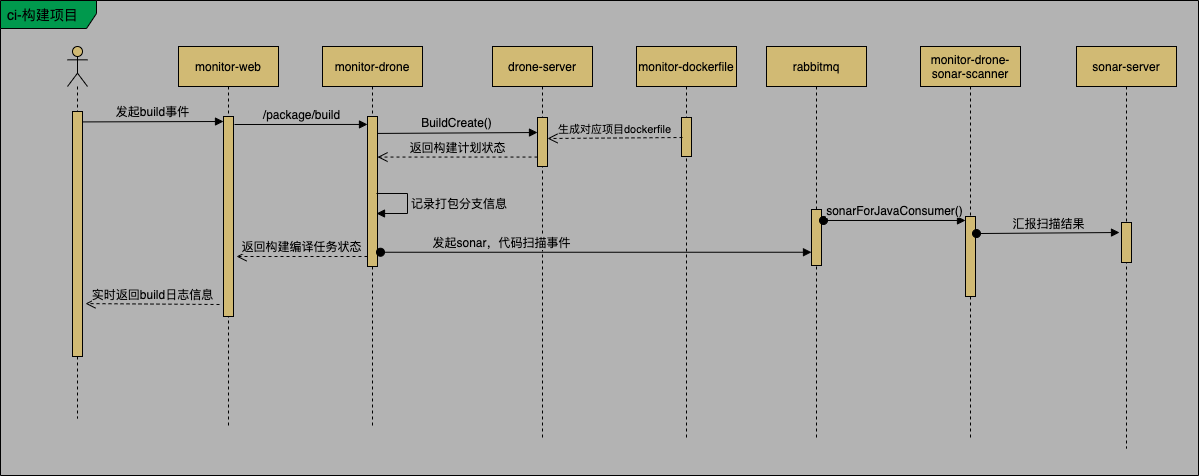
The draw.io diagram devops/diagram/ci.drawio.png in SimpleDays/studyessay, before a commit. Source tidied: cells renumbered, new cells last; positions are measured from the earlier drawing's top-left corner, leaving out a move shared by most shapes.
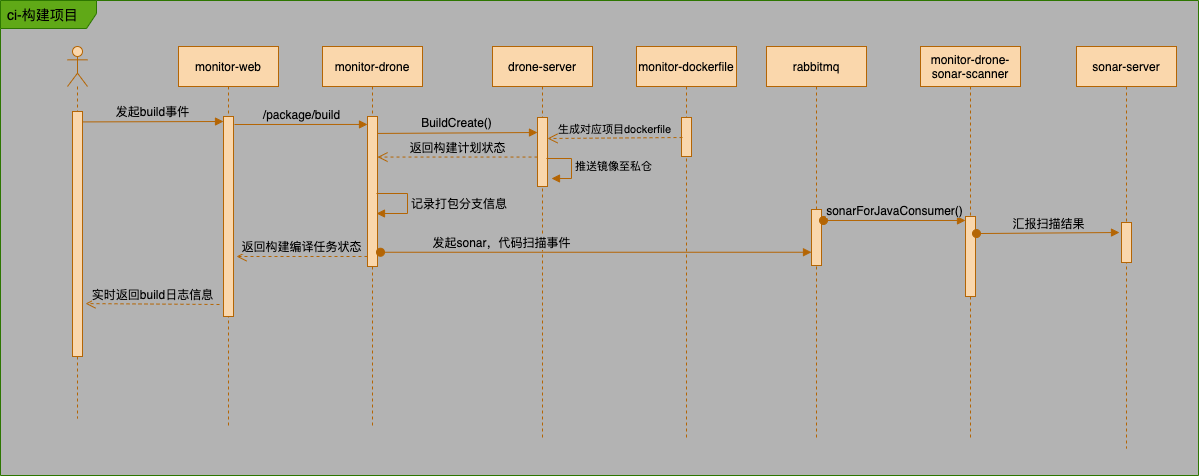
After the change.

Diff of the diagram source:
```diff
@@ -2,22 +2,22 @@
   <root>
     <mxCell id="0" />
     <mxCell id="1" parent="0" />
-    <mxCell id="2" value="&lt;font color=&quot;#000000&quot; style=&quot;font-size: 14px&quot;&gt;ci-构建项目&lt;/font&gt;" style="shape=umlFrame;whiteSpace=wrap;html=1;width=96;height=28;boundedLbl=1;verticalAlign=middle;align=left;spacingLeft=5;shadow=0;strokeColor=#000000;swimlaneFillColor=#B3B3B3;fillColor=#00994D;" parent="1" vertex="1">
+    <mxCell id="2" value="&lt;font color=&quot;#000000&quot; style=&quot;font-size: 14px&quot;&gt;ci-构建项目&lt;/font&gt;" style="shape=umlFrame;whiteSpace=wrap;html=1;width=96;height=28;boundedLbl=1;verticalAlign=middle;align=left;spacingLeft=5;shadow=0;strokeColor=#2D7600;swimlaneFillColor=#B3B3B3;fillColor=#60a917;fontColor=#ffffff;" parent="1" vertex="1">
       <mxGeometry width="1198" height="475" as="geometry" />
     </mxCell>
-    <mxCell id="3" value="&lt;font color=&quot;#000000&quot;&gt;monitor-web&lt;/font&gt;" style="shape=umlLifeline;perimeter=lifelinePerimeter;whiteSpace=wrap;html=1;fillColor=#D1BA74;strokeColor=#000000;" parent="1" vertex="1">
+    <mxCell id="3" value="&lt;font color=&quot;#000000&quot;&gt;monitor-web&lt;/font&gt;" style="shape=umlLifeline;perimeter=lifelinePerimeter;whiteSpace=wrap;html=1;fillColor=#fad7ac;strokeColor=#b46504;" parent="1" vertex="1">
       <mxGeometry x="178" y="46" width="100" height="382" as="geometry" />
     </mxCell>
-    <mxCell id="4" style="html=1;perimeter=orthogonalPerimeter;fillColor=#D1BA74;strokeColor=#000000;" parent="3" vertex="1">
+    <mxCell id="4" style="html=1;perimeter=orthogonalPerimeter;fillColor=#fad7ac;strokeColor=#b46504;" parent="3" vertex="1">
       <mxGeometry x="45" y="70" width="10" height="200" as="geometry" />
     </mxCell>
-    <mxCell id="5" value="&lt;font color=&quot;#000000&quot;&gt;monitor-drone&lt;/font&gt;" style="shape=umlLifeline;perimeter=lifelinePerimeter;whiteSpace=wrap;html=1;fillColor=#D1BA74;strokeColor=#000000;" parent="1" vertex="1">
+    <mxCell id="5" value="&lt;font color=&quot;#000000&quot;&gt;monitor-drone&lt;/font&gt;" style="shape=umlLifeline;perimeter=lifelinePerimeter;whiteSpace=wrap;html=1;fillColor=#fad7ac;strokeColor=#b46504;" parent="1" vertex="1">
       <mxGeometry x="322" y="46" width="100" height="382" as="geometry" />
     </mxCell>
-    <mxCell id="6" style="html=1;points=[];perimeter=orthogonalPerimeter;fillColor=#D1BA74;strokeColor=#000000;" parent="5" vertex="1">
+    <mxCell id="6" style="html=1;points=[];perimeter=orthogonalPerimeter;fillColor=#fad7ac;strokeColor=#b46504;" parent="5" vertex="1">
       <mxGeometry x="45" y="70" width="10" height="150" as="geometry" />
     </mxCell>
-    <mxCell id="7" value="&lt;font style=&quot;font-size: 12px ; background-color: rgb(179 , 179 , 179)&quot; color=&quot;#000000&quot;&gt;记录打包分支信息&lt;/font&gt;" style="edgeStyle=orthogonalEdgeStyle;html=1;align=left;spacingLeft=2;endArrow=block;rounded=0;strokeColor=#000000;" parent="5" edge="1">
+    <mxCell id="7" value="&lt;font style=&quot;font-size: 12px ; background-color: rgb(179 , 179 , 179)&quot; color=&quot;#000000&quot;&gt;记录打包分支信息&lt;/font&gt;" style="edgeStyle=orthogonalEdgeStyle;html=1;align=left;spacingLeft=2;endArrow=block;rounded=0;strokeColor=#b46504;fontColor=#46495D;fillColor=#fad7ac;" parent="5" edge="1">
       <mxGeometry relative="1" as="geometry">
         <mxPoint x="54" y="147" as="sourcePoint" />
         <mxPoint x="54" y="167" as="targetPoint" />
@@ -28,89 +28,98 @@
         </Array>
       </mxGeometry>
     </mxCell>
-    <mxCell id="8" value="&lt;font style=&quot;font-size: 12px ; background-color: rgb(179 , 179 , 179)&quot; color=&quot;#000000&quot;&gt;发起build事件&lt;/font&gt;" style="html=1;verticalAlign=bottom;endArrow=block;entryX=0;entryY=0;exitX=0.9;exitY=0.002;exitDx=0;exitDy=0;exitPerimeter=0;fillColor=#999900;strokeColor=#000000;" parent="1" edge="1">
+    <mxCell id="8" value="&lt;font style=&quot;font-size: 12px ; background-color: rgb(179 , 179 , 179)&quot; color=&quot;#000000&quot;&gt;发起build事件&lt;/font&gt;" style="html=1;verticalAlign=bottom;endArrow=block;entryX=0;entryY=0;exitX=0.9;exitY=0.002;exitDx=0;exitDy=0;exitPerimeter=0;fillColor=#fad7ac;strokeColor=#b46504;fontColor=#46495D;" parent="1" edge="1">
       <mxGeometry relative="1" as="geometry">
         <mxPoint x="80" y="121.4" as="sourcePoint" />
         <mxPoint x="223" y="121" as="targetPoint" />
       </mxGeometry>
     </mxCell>
-    <mxCell id="9" value="&lt;font style=&quot;font-size: 12px ; background-color: rgb(179 , 179 , 179)&quot; color=&quot;#000000&quot;&gt;/package/build&lt;/font&gt;" style="html=1;verticalAlign=bottom;endArrow=block;entryX=0;entryY=0.053;strokeColor=#000000;entryDx=0;entryDy=0;entryPerimeter=0;" parent="1" edge="1" target="6">
+    <mxCell id="9" value="&lt;font style=&quot;font-size: 12px ; background-color: rgb(179 , 179 , 179)&quot; color=&quot;#000000&quot;&gt;/package/build&lt;/font&gt;" style="html=1;verticalAlign=bottom;endArrow=block;entryX=0;entryY=0.053;strokeColor=#b46504;entryDx=0;entryDy=0;entryPerimeter=0;fontColor=#46495D;fillColor=#fad7ac;" parent="1" edge="1" target="6">
       <mxGeometry relative="1" as="geometry">
         <mxPoint x="234" y="124" as="sourcePoint" />
       </mxGeometry>
     </mxCell>
-    <mxCell id="10" value="&lt;font style=&quot;font-size: 12px ; background-color: rgb(179 , 179 , 179)&quot; color=&quot;#000000&quot;&gt;返回构建编译任务状态&lt;/font&gt;" style="html=1;verticalAlign=bottom;endArrow=open;dashed=1;endSize=8;strokeColor=#000000;" parent="1" edge="1">
+    <mxCell id="10" value="&lt;font style=&quot;font-size: 12px ; background-color: rgb(179 , 179 , 179)&quot; color=&quot;#000000&quot;&gt;返回构建编译任务状态&lt;/font&gt;" style="html=1;verticalAlign=bottom;endArrow=open;dashed=1;endSize=8;strokeColor=#b46504;fontColor=#46495D;fillColor=#fad7ac;" parent="1" edge="1">
       <mxGeometry relative="1" as="geometry">
         <mxPoint x="367" y="256" as="sourcePoint" />
         <mxPoint x="236" y="256" as="targetPoint" />
       </mxGeometry>
     </mxCell>
-    <mxCell id="11" value="&lt;font color=&quot;#000000&quot;&gt;drone-server&lt;/font&gt;" style="shape=umlLifeline;perimeter=lifelinePerimeter;whiteSpace=wrap;html=1;fillColor=#D1BA74;strokeColor=#000000;" parent="1" vertex="1">
+    <mxCell id="11" value="&lt;font color=&quot;#000000&quot;&gt;drone-server&lt;/font&gt;" style="shape=umlLifeline;perimeter=lifelinePerimeter;whiteSpace=wrap;html=1;fillColor=#fad7ac;strokeColor=#b46504;" parent="1" vertex="1">
       <mxGeometry x="492" y="46" width="100" height="392" as="geometry" />
     </mxCell>
-    <mxCell id="12" style="html=1;perimeter=orthogonalPerimeter;fillColor=#D1BA74;strokeColor=#000000;" parent="11" vertex="1">
-      <mxGeometry x="45" y="71" width="10" height="49" as="geometry" />
+    <mxCell id="12" style="html=1;perimeter=orthogonalPerimeter;fillColor=#fad7ac;strokeColor=#b46504;" parent="11" vertex="1">
+      <mxGeometry x="45" y="71" width="10" height="69" as="geometry" />
     </mxCell>
-    <mxCell id="13" value="&lt;font style=&quot;font-size: 12px ; background-color: rgb(179 , 179 , 179)&quot; color=&quot;#000000&quot;&gt;返回构建计划状态&lt;/font&gt;" style="html=1;verticalAlign=bottom;endArrow=open;dashed=1;endSize=8;exitX=0;exitY=0.95;strokeColor=#000000;" parent="1" edge="1">
+    <mxCell id="13" value="&lt;font style=&quot;font-size: 12px ; background-color: rgb(179 , 179 , 179)&quot; color=&quot;#000000&quot;&gt;返回构建计划状态&lt;/font&gt;" style="html=1;verticalAlign=bottom;endArrow=open;dashed=1;endSize=8;exitX=0;exitY=0.95;strokeColor=#b46504;fontColor=#46495D;fillColor=#fad7ac;" parent="1" edge="1">
       <mxGeometry relative="1" as="geometry">
         <mxPoint x="537" y="156.5" as="sourcePoint" />
         <mxPoint x="377" y="156.5" as="targetPoint" />
       </mxGeometry>
     </mxCell>
-    <mxCell id="14" value="&lt;font style=&quot;font-size: 12px ; background-color: rgb(179 , 179 , 179)&quot; color=&quot;#000000&quot;&gt;BuildCreate()&lt;/font&gt;" style="html=1;verticalAlign=bottom;endArrow=block;entryX=0;entryY=0;exitX=0.95;exitY=0.013;exitDx=0;exitDy=0;exitPerimeter=0;strokeColor=#000000;" parent="1" edge="1">
+    <mxCell id="14" value="&lt;font style=&quot;font-size: 12px ; background-color: rgb(179 , 179 , 179)&quot; color=&quot;#000000&quot;&gt;BuildCreate()&lt;/font&gt;" style="html=1;verticalAlign=bottom;endArrow=block;entryX=0;entryY=0;exitX=0.95;exitY=0.013;exitDx=0;exitDy=0;exitPerimeter=0;strokeColor=#b46504;fontColor=#46495D;fillColor=#fad7ac;" parent="1" edge="1">
       <mxGeometry relative="1" as="geometry">
         <mxPoint x="376.5" y="133" as="sourcePoint" />
         <mxPoint x="537" y="132" as="targetPoint" />
       </mxGeometry>
     </mxCell>
-    <mxCell id="15" value="&lt;font color=&quot;#000000&quot;&gt;rabbitmq&lt;/font&gt;" style="shape=umlLifeline;perimeter=lifelinePerimeter;whiteSpace=wrap;html=1;fillColor=#D1BA74;strokeColor=#000000;" parent="1" vertex="1">
+    <mxCell id="15" value="&lt;font color=&quot;#000000&quot;&gt;rabbitmq&lt;/font&gt;" style="shape=umlLifeline;perimeter=lifelinePerimeter;whiteSpace=wrap;html=1;fillColor=#fad7ac;strokeColor=#b46504;" parent="1" vertex="1">
       <mxGeometry x="766" y="46" width="100" height="392" as="geometry" />
     </mxCell>
-    <mxCell id="16" style="html=1;points=[];perimeter=orthogonalPerimeter;fillColor=#D1BA74;strokeColor=#000000;" parent="15" vertex="1">
+    <mxCell id="16" style="html=1;points=[];perimeter=orthogonalPerimeter;fillColor=#fad7ac;strokeColor=#b46504;" parent="15" vertex="1">
       <mxGeometry x="45" y="163" width="10" height="56" as="geometry" />
     </mxCell>
-    <mxCell id="17" value="&lt;font style=&quot;font-size: 12px ; background-color: rgb(179 , 179 , 179)&quot; color=&quot;#000000&quot;&gt;发起sonar，代码扫描事件&lt;/font&gt;" style="html=1;verticalAlign=bottom;startArrow=oval;endArrow=block;startSize=8;exitX=1.3;exitY=0.905;exitDx=0;exitDy=0;exitPerimeter=0;strokeColor=#000000;" parent="1" edge="1" source="6" target="16">
+    <mxCell id="17" value="&lt;font style=&quot;font-size: 12px ; background-color: rgb(179 , 179 , 179)&quot; color=&quot;#000000&quot;&gt;发起sonar，代码扫描事件&lt;/font&gt;" style="html=1;verticalAlign=bottom;startArrow=oval;endArrow=block;startSize=8;exitX=1.3;exitY=0.905;exitDx=0;exitDy=0;exitPerimeter=0;strokeColor=#b46504;fontColor=#46495D;fillColor=#fad7ac;" parent="1" edge="1" source="6" target="16">
       <mxGeometry x="-0.44" relative="1" as="geometry" />
     </mxCell>
-    <mxCell id="18" value="&lt;font color=&quot;#000000&quot;&gt;monitor-drone-sonar-scanner&lt;/font&gt;" style="shape=umlLifeline;perimeter=lifelinePerimeter;whiteSpace=wrap;html=1;fillColor=#D1BA74;strokeColor=#000000;" parent="1" vertex="1">
+    <mxCell id="18" value="&lt;font color=&quot;#000000&quot;&gt;monitor-drone-sonar-scanner&lt;/font&gt;" style="shape=umlLifeline;perimeter=lifelinePerimeter;whiteSpace=wrap;html=1;fillColor=#fad7ac;strokeColor=#b46504;" parent="1" vertex="1">
       <mxGeometry x="920" y="46" width="100" height="392" as="geometry" />
     </mxCell>
-    <mxCell id="19" style="html=1;points=[];perimeter=orthogonalPerimeter;fillColor=#D1BA74;strokeColor=#000000;" parent="18" vertex="1">
+    <mxCell id="19" style="html=1;points=[];perimeter=orthogonalPerimeter;fillColor=#fad7ac;strokeColor=#b46504;" parent="18" vertex="1">
       <mxGeometry x="45" y="170" width="10" height="80" as="geometry" />
     </mxCell>
-    <mxCell id="20" value="&lt;font style=&quot;font-size: 12px ; background-color: rgb(179 , 179 , 179)&quot; color=&quot;#000000&quot;&gt;sonarForJavaConsumer()&lt;/font&gt;" style="html=1;verticalAlign=bottom;startArrow=oval;endArrow=block;startSize=8;exitX=1.2;exitY=0.196;exitDx=0;exitDy=0;exitPerimeter=0;strokeColor=#000000;" parent="1" edge="1" source="16" target="19">
+    <mxCell id="20" value="&lt;font style=&quot;font-size: 12px ; background-color: rgb(179 , 179 , 179)&quot; color=&quot;#000000&quot;&gt;sonarForJavaConsumer()&lt;/font&gt;" style="html=1;verticalAlign=bottom;startArrow=oval;endArrow=block;startSize=8;exitX=1.2;exitY=0.196;exitDx=0;exitDy=0;exitPerimeter=0;strokeColor=#b46504;fontColor=#46495D;fillColor=#fad7ac;" parent="1" edge="1" source="16" target="19">
       <mxGeometry relative="1" as="geometry" />
     </mxCell>
-    <mxCell id="21" value="&lt;font color=&quot;#000000&quot;&gt;sonar-server&lt;/font&gt;" style="shape=umlLifeline;perimeter=lifelinePerimeter;whiteSpace=wrap;html=1;fillColor=#D1BA74;strokeColor=#000000;" parent="1" vertex="1">
+    <mxCell id="21" value="&lt;font color=&quot;#000000&quot;&gt;sonar-server&lt;/font&gt;" style="shape=umlLifeline;perimeter=lifelinePerimeter;whiteSpace=wrap;html=1;fillColor=#fad7ac;strokeColor=#b46504;" parent="1" vertex="1">
       <mxGeometry x="1076" y="46" width="100" height="402" as="geometry" />
     </mxCell>
-    <mxCell id="22" style="html=1;points=[];perimeter=orthogonalPerimeter;fillColor=#D1BA74;strokeColor=#000000;" parent="21" vertex="1">
+    <mxCell id="22" style="html=1;points=[];perimeter=orthogonalPerimeter;fillColor=#fad7ac;strokeColor=#b46504;" parent="21" vertex="1">
       <mxGeometry x="45" y="176" width="10" height="40" as="geometry" />
     </mxCell>
-    <mxCell id="23" value="&lt;font style=&quot;font-size: 12px ; background-color: rgb(179 , 179 , 179)&quot; color=&quot;#000000&quot;&gt;汇报扫描结果&lt;/font&gt;" style="html=1;verticalAlign=bottom;startArrow=oval;endArrow=block;startSize=8;exitX=1.1;exitY=0.213;exitDx=0;exitDy=0;exitPerimeter=0;entryX=-0.2;entryY=0.25;entryDx=0;entryDy=0;entryPerimeter=0;strokeColor=#000000;" parent="1" edge="1" source="19" target="22">
+    <mxCell id="23" value="&lt;font style=&quot;font-size: 12px ; background-color: rgb(179 , 179 , 179)&quot; color=&quot;#000000&quot;&gt;汇报扫描结果&lt;/font&gt;" style="html=1;verticalAlign=bottom;startArrow=oval;endArrow=block;startSize=8;exitX=1.1;exitY=0.213;exitDx=0;exitDy=0;exitPerimeter=0;entryX=-0.2;entryY=0.25;entryDx=0;entryDy=0;entryPerimeter=0;strokeColor=#b46504;fontColor=#46495D;fillColor=#fad7ac;" parent="1" edge="1" source="19" target="22">
       <mxGeometry relative="1" as="geometry" />
     </mxCell>
-    <mxCell id="24" style="shape=umlLifeline;participant=umlActor;perimeter=lifelinePerimeter;whiteSpace=wrap;html=1;verticalAlign=top;spacingTop=36;fillColor=#D1BA74;strokeColor=#000000;" parent="1" vertex="1">
+    <mxCell id="24" style="shape=umlLifeline;participant=umlActor;perimeter=lifelinePerimeter;whiteSpace=wrap;html=1;verticalAlign=top;spacingTop=36;fillColor=#fad7ac;strokeColor=#b46504;" parent="1" vertex="1">
       <mxGeometry x="67" y="46" width="20" height="372" as="geometry" />
     </mxCell>
-    <mxCell id="25" style="html=1;points=[];perimeter=orthogonalPerimeter;fillColor=#D1BA74;strokeColor=#000000;" parent="24" vertex="1">
+    <mxCell id="25" style="html=1;points=[];perimeter=orthogonalPerimeter;fillColor=#fad7ac;strokeColor=#b46504;" parent="24" vertex="1">
       <mxGeometry x="5" y="65" width="10" height="245" as="geometry" />
     </mxCell>
-    <mxCell id="26" value="&lt;font style=&quot;font-size: 12px ; background-color: rgb(179 , 179 , 179)&quot; color=&quot;#000000&quot;&gt;实时返回build日志信息&lt;/font&gt;" style="html=1;verticalAlign=bottom;endArrow=open;dashed=1;endSize=8;exitX=-0.4;exitY=0.975;entryX=1.3;entryY=0.784;entryDx=0;entryDy=0;entryPerimeter=0;exitDx=0;exitDy=0;exitPerimeter=0;strokeColor=#000000;" parent="1" edge="1" target="25">
+    <mxCell id="26" value="&lt;font style=&quot;font-size: 12px ; background-color: rgb(179 , 179 , 179)&quot; color=&quot;#000000&quot;&gt;实时返回build日志信息&lt;/font&gt;" style="html=1;verticalAlign=bottom;endArrow=open;dashed=1;endSize=8;exitX=-0.4;exitY=0.975;entryX=1.3;entryY=0.784;entryDx=0;entryDy=0;entryPerimeter=0;exitDx=0;exitDy=0;exitPerimeter=0;strokeColor=#b46504;fontColor=#46495D;fillColor=#fad7ac;" parent="1" edge="1" target="25">
       <mxGeometry relative="1" as="geometry">
         <mxPoint x="219" y="304" as="sourcePoint" />
       </mxGeometry>
     </mxCell>
-    <mxCell id="27" value="&lt;font color=&quot;#000000&quot;&gt;monitor-dockerfile&lt;/font&gt;" style="shape=umlLifeline;perimeter=lifelinePerimeter;whiteSpace=wrap;html=1;strokeColor=#000000;fillColor=#D1BA74;" parent="1" vertex="1">
+    <mxCell id="27" value="&lt;font color=&quot;#000000&quot;&gt;monitor-dockerfile&lt;/font&gt;" style="shape=umlLifeline;perimeter=lifelinePerimeter;whiteSpace=wrap;html=1;strokeColor=#b46504;fillColor=#fad7ac;" parent="1" vertex="1">
       <mxGeometry x="636" y="46" width="100" height="392" as="geometry" />
     </mxCell>
-    <mxCell id="28" style="html=1;points=[];perimeter=orthogonalPerimeter;strokeColor=#000000;fillColor=#D1BA74;" parent="27" vertex="1">
+    <mxCell id="28" style="html=1;points=[];perimeter=orthogonalPerimeter;strokeColor=#b46504;fillColor=#fad7ac;" parent="27" vertex="1">
       <mxGeometry x="45" y="71" width="10" height="39" as="geometry" />
     </mxCell>
-    <mxCell id="29" value="&lt;span style=&quot;background-color: rgb(179 , 179 , 179)&quot;&gt;&lt;font color=&quot;#000000&quot;&gt;生成对应项目dockerfile&lt;/font&gt;&lt;/span&gt;" style="html=1;verticalAlign=bottom;endArrow=open;dashed=1;endSize=8;strokeColor=#000000;fillColor=#999900;exitX=0.1;exitY=0.513;exitDx=0;exitDy=0;exitPerimeter=0;" parent="1" edge="1" source="28">
+    <mxCell id="29" value="&lt;span style=&quot;background-color: rgb(179 , 179 , 179)&quot;&gt;&lt;font color=&quot;#000000&quot;&gt;生成对应项目dockerfile&lt;/font&gt;&lt;/span&gt;" style="html=1;verticalAlign=bottom;endArrow=open;dashed=1;endSize=8;strokeColor=#b46504;fillColor=#fad7ac;exitX=0.1;exitY=0.513;exitDx=0;exitDy=0;exitPerimeter=0;fontColor=#46495D;" parent="1" edge="1" source="28">
       <mxGeometry relative="1" as="geometry">
         <mxPoint x="547" y="138" as="targetPoint" />
       </mxGeometry>
     </mxCell>
+    <mxCell id="30" value="&lt;font color=&quot;#000000&quot;&gt;&lt;span style=&quot;background-color: rgb(179 , 179 , 179)&quot;&gt;推送镜像至私仓&lt;/span&gt;&lt;/font&gt;" style="edgeStyle=orthogonalEdgeStyle;html=1;align=left;spacingLeft=2;endArrow=block;rounded=0;entryX=1;entryY=0;strokeColor=#b46504;fillColor=#fad7ac;fontColor=#46495D;" parent="1" edge="1">
+      <mxGeometry relative="1" as="geometry">
+        <mxPoint x="546" y="158" as="sourcePoint" />
+        <mxPoint x="551" y="178" as="targetPoint" />
+        <Array as="points">
+          <mxPoint x="571" y="158" />
+        </Array>
+      </mxGeometry>
+    </mxCell>
   </root>
 </mxGraphModel>
```
